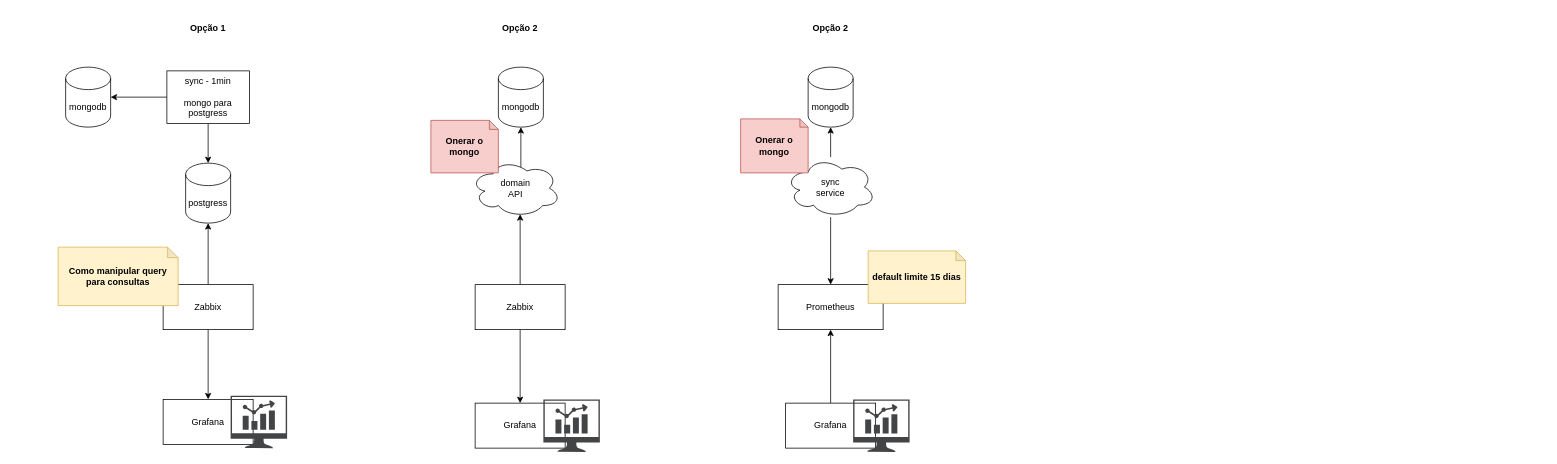
Above: Via+Mobile-Dash-metricas.drawio in rribeiro93k/draw-docs (draw.io), before the change. Source tidied: cells renumbered, new cells numbered last; positions are measured from the earlier drawing's top-left corner, leaving out a move shared by most shapes. Both pictures are drawn from the tidied source at 75%, with x=0, y=0 at pixel (58, 16).
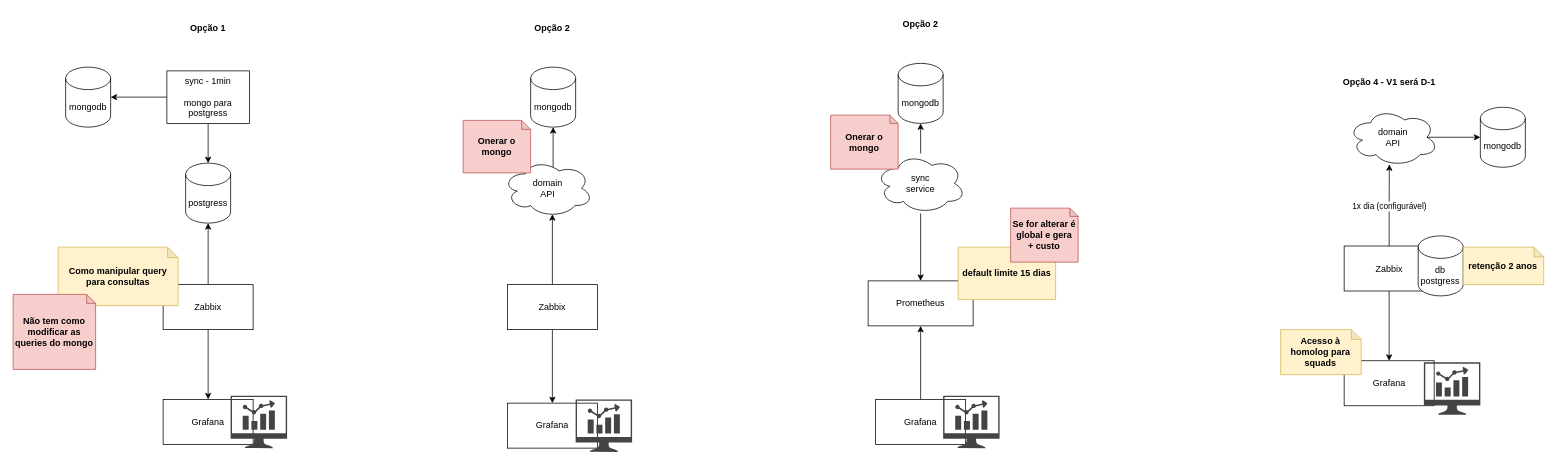
The same diagram, later.

Diff of the diagram source:
```diff
@@
     <mxCell id="12" value="Grafana" style="rounded=0;whiteSpace=wrap;html=1;" parent="1" vertex="1">
-      <mxGeometry x="970" y="515" width="120" height="60" as="geometry" />
+      <mxGeometry x="1090" y="510" width="120" height="60" as="geometry" />
     </mxCell>
     <mxCell id="13" value="Prometheus" style="rounded=0;whiteSpace=wrap;html=1;" parent="1" vertex="1">
-      <mxGeometry x="960" y="357" width="140" height="60" as="geometry" />
+      <mxGeometry x="1080" y="352" width="140" height="60" as="geometry" />
     </mxCell>
@@
     <mxCell id="16" value="sync&lt;br&gt;service" style="ellipse;shape=cloud;whiteSpace=wrap;html=1;" parent="1" vertex="1">
-      <mxGeometry x="970" y="187" width="120" height="80" as="geometry" />
+      <mxGeometry x="1090" y="182" width="120" height="80" as="geometry" />
     </mxCell>
     <mxCell id="17" value="mongodb" style="shape=cylinder3;whiteSpace=wrap;html=1;boundedLbl=1;backgroundOutline=1;size=15;" parent="1" vertex="1">
-      <mxGeometry x="1000" y="67" width="60" height="80" as="geometry" />
+      <mxGeometry x="1120" y="62" width="60" height="80" as="geometry" />
     </mxCell>
     <mxCell id="18" value="&lt;b style=&quot;border-color: var(--border-color);&quot;&gt;default limite 15 dias&lt;/b&gt;" style="shape=note;whiteSpace=wrap;html=1;backgroundOutline=1;darkOpacity=0.05;size=13;fillColor=#fff2cc;strokeColor=#d6b656;" parent="1" vertex="1">
-      <mxGeometry x="1080" y="312" width="130" height="70" as="geometry" />
+      <mxGeometry x="1200" y="307" width="130" height="70" as="geometry" />
     </mxCell>
@@
     <mxCell id="20" value="Grafana" style="rounded=0;whiteSpace=wrap;html=1;" parent="1" vertex="1">
-      <mxGeometry x="556" y="515" width="120" height="60" as="geometry" />
+      <mxGeometry x="599" y="515" width="120" height="60" as="geometry" />
     </mxCell>
     <mxCell id="21" value="mongodb" style="shape=cylinder3;whiteSpace=wrap;html=1;boundedLbl=1;backgroundOutline=1;size=15;" parent="1" vertex="1">
-      <mxGeometry x="587" y="67" width="60" height="80" as="geometry" />
+      <mxGeometry x="630" y="67" width="60" height="80" as="geometry" />
     </mxCell>
@@
     <mxCell id="24" value="Zabbix" style="rounded=0;whiteSpace=wrap;html=1;" parent="1" vertex="1">
-      <mxGeometry x="556" y="357" width="120" height="60" as="geometry" />
+      <mxGeometry x="599" y="357" width="120" height="60" as="geometry" />
     </mxCell>
@@
     <mxCell id="26" value="domain&lt;br&gt;API" style="ellipse;shape=cloud;whiteSpace=wrap;html=1;" parent="1" vertex="1">
-      <mxGeometry x="550" y="190" width="120" height="77" as="geometry" />
+      <mxGeometry x="593" y="190" width="120" height="77" as="geometry" />
     </mxCell>
     <mxCell id="27" value="&lt;b&gt;Onerar o mongo&lt;/b&gt;" style="shape=note;whiteSpace=wrap;html=1;backgroundOutline=1;darkOpacity=0.05;size=12;fillColor=#f8cecc;strokeColor=#b85450;" parent="1" vertex="1">
-      <mxGeometry x="497" y="138" width="90" height="70" as="geometry" />
+      <mxGeometry x="540" y="138" width="90" height="70" as="geometry" />
     </mxCell>
     <mxCell id="28" value="&lt;b&gt;Onerar o mongo&lt;/b&gt;" style="shape=note;whiteSpace=wrap;html=1;backgroundOutline=1;darkOpacity=0.05;size=11;fillColor=#f8cecc;strokeColor=#b85450;" parent="1" vertex="1">
-      <mxGeometry x="910" y="136" width="90" height="72" as="geometry" />
+      <mxGeometry x="1030" y="131" width="90" height="72" as="geometry" />
     </mxCell>
@@
     <mxCell id="30" style="sketch=0;shadow=0;dashed=0;html=1;strokeColor=none;fillColor=#434445;labelPosition=center;verticalLabelPosition=bottom;verticalAlign=top;align=center;shape=mxgraph.vvd.nsx_dashboard;" parent="1" vertex="1">
-      <mxGeometry x="647" y="510" width="75.3" height="70" as="geometry" />
+      <mxGeometry x="690" y="510" width="75.3" height="70" as="geometry" />
     </mxCell>
     <mxCell id="31" style="sketch=0;shadow=0;dashed=0;html=1;strokeColor=none;fillColor=#434445;labelPosition=center;verticalLabelPosition=bottom;verticalAlign=top;align=center;shape=mxgraph.vvd.nsx_dashboard;" parent="1" vertex="1">
-      <mxGeometry x="1060" y="510" width="75.3" height="70" as="geometry" />
+      <mxGeometry x="1180" y="505" width="75.3" height="70" as="geometry" />
     </mxCell>
@@
     <mxCell id="33" value="Opção 2" style="text;html=1;strokeColor=none;fillColor=none;align=center;verticalAlign=middle;whiteSpace=wrap;rounded=0;fontStyle=1;" parent="1" vertex="1">
-      <mxGeometry x="526" width="180" height="30" as="geometry" />
+      <mxGeometry x="569" width="180" height="30" as="geometry" />
     </mxCell>
     <mxCell id="34" value="Opção 2" style="text;html=1;strokeColor=none;fillColor=none;align=center;verticalAlign=middle;whiteSpace=wrap;rounded=0;fontStyle=1;" parent="1" vertex="1">
-      <mxGeometry x="940" width="180" height="30" as="geometry" />
+      <mxGeometry x="1060" y="-5" width="180" height="30" as="geometry" />
     </mxCell>
+    <mxCell id="35" value="&lt;b&gt;Se for alterar é global e gera &lt;br&gt;+ custo&lt;/b&gt;" style="shape=note;whiteSpace=wrap;html=1;backgroundOutline=1;darkOpacity=0.05;size=11;fillColor=#f8cecc;strokeColor=#b85450;" parent="1" vertex="1">
+      <mxGeometry x="1270" y="255" width="90" height="72" as="geometry" />
+    </mxCell>
+    <mxCell id="36" value="&lt;b&gt;Não tem como modificar as queries do mongo&lt;/b&gt;" style="shape=note;whiteSpace=wrap;html=1;backgroundOutline=1;darkOpacity=0.05;size=12;fillColor=#f8cecc;strokeColor=#b85450;" parent="1" vertex="1">
+      <mxGeometry x="-60" y="370" width="110" height="100" as="geometry" />
+    </mxCell>
+    <mxCell id="37" value="Grafana" style="rounded=0;whiteSpace=wrap;html=1;" parent="1" vertex="1">
+      <mxGeometry x="1714.7" y="458.5" width="120" height="60" as="geometry" />
+    </mxCell>
+    <mxCell id="38" value="mongodb" style="shape=cylinder3;whiteSpace=wrap;html=1;boundedLbl=1;backgroundOutline=1;size=15;" parent="1" vertex="1">
+      <mxGeometry x="1896.3" y="120.5" width="60" height="80" as="geometry" />
+    </mxCell>
+    <mxCell id="39" style="edgeStyle=orthogonalEdgeStyle;rounded=0;jettySize=auto;html=1;entryX=0.5;entryY=0;entryDx=0;entryDy=0;exitX=0.5;exitY=1;exitDx=0;exitDy=0;" parent="1" edge="1" source="40" target="37">
+      <mxGeometry relative="1" as="geometry" />
+    </mxCell>
+    <mxCell id="40" value="Zabbix" style="rounded=0;whiteSpace=wrap;html=1;" parent="1" vertex="1">
+      <mxGeometry x="1714.7" y="305.5" width="120" height="60" as="geometry" />
+    </mxCell>
+    <mxCell id="41" style="edgeStyle=orthogonalEdgeStyle;rounded=0;jettySize=auto;html=1;entryX=0;entryY=0.5;entryDx=0;entryDy=0;entryPerimeter=0;exitX=0.875;exitY=0.5;exitDx=0;exitDy=0;exitPerimeter=0;" parent="1" edge="1" source="42" target="38">
+      <mxGeometry relative="1" as="geometry" />
+    </mxCell>
+    <mxCell id="42" value="domain&lt;br&gt;API" style="ellipse;shape=cloud;whiteSpace=wrap;html=1;" parent="1" vertex="1">
+      <mxGeometry x="1720" y="122" width="120" height="77" as="geometry" />
+    </mxCell>
+    <mxCell id="43" style="sketch=0;shadow=0;dashed=0;html=1;strokeColor=none;fillColor=#434445;labelPosition=center;verticalLabelPosition=bottom;verticalAlign=top;align=center;shape=mxgraph.vvd.nsx_dashboard;" parent="1" vertex="1">
+      <mxGeometry x="1821" y="460.5" width="75.3" height="70" as="geometry" />
+    </mxCell>
+    <mxCell id="44" value="Opção 4 - V1 será D-1" style="text;html=1;strokeColor=none;fillColor=none;align=center;verticalAlign=middle;whiteSpace=wrap;rounded=0;fontStyle=1;" parent="1" vertex="1">
+      <mxGeometry x="1684.7" y="72" width="180" height="30" as="geometry" />
+    </mxCell>
+    <mxCell id="45" value="1x dia (configurável)" style="edgeStyle=orthogonalEdgeStyle;rounded=0;jettySize=auto;html=1;entryX=0.458;entryY=0.97;entryDx=0;entryDy=0;entryPerimeter=0;exitX=0.5;exitY=0;exitDx=0;exitDy=0;" parent="1" edge="1" source="40" target="42">
+      <mxGeometry x="-0.02" relative="1" as="geometry" />
+    </mxCell>
+    <mxCell id="46" value="db&lt;br&gt;postgress" style="shape=cylinder3;whiteSpace=wrap;html=1;boundedLbl=1;backgroundOutline=1;size=15;" parent="1" vertex="1">
+      <mxGeometry x="1813.4" y="292" width="60" height="80" as="geometry" />
+    </mxCell>
+    <mxCell id="47" value="&lt;b style=&quot;border-color: var(--border-color);&quot;&gt;retenção 2 anos&lt;/b&gt;" style="shape=note;whiteSpace=wrap;html=1;backgroundOutline=1;darkOpacity=0.05;size=13;fillColor=#fff2cc;strokeColor=#d6b656;" parent="1" vertex="1">
+      <mxGeometry x="1873.4" y="307" width="107.4" height="50" as="geometry" />
+    </mxCell>
+    <mxCell id="48" value="&lt;b style=&quot;border-color: var(--border-color);&quot;&gt;Acesso à homolog para squads&lt;/b&gt;" style="shape=note;whiteSpace=wrap;html=1;backgroundOutline=1;darkOpacity=0.05;size=13;fillColor=#fff2cc;strokeColor=#d6b656;" parent="1" vertex="1">
+      <mxGeometry x="1630" y="417" width="107.4" height="60" as="geometry" />
+    </mxCell>
```
